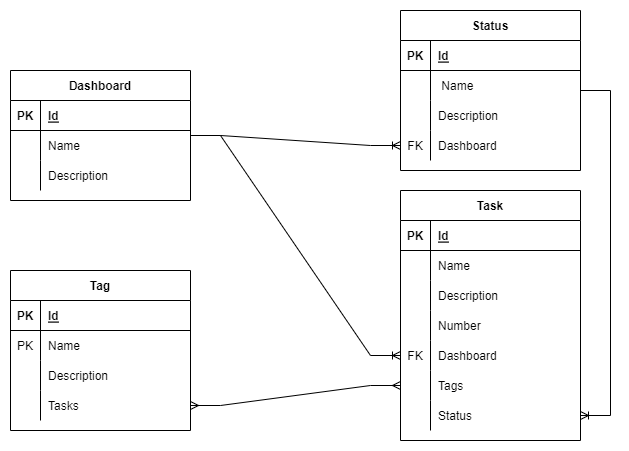
The draw.io diagram fatm.png in Awordes/Models, before a commit. Source tidied: cells renumbered, new cells last; positions are measured from the earlier drawing's top-left corner, leaving out a move shared by most shapes.
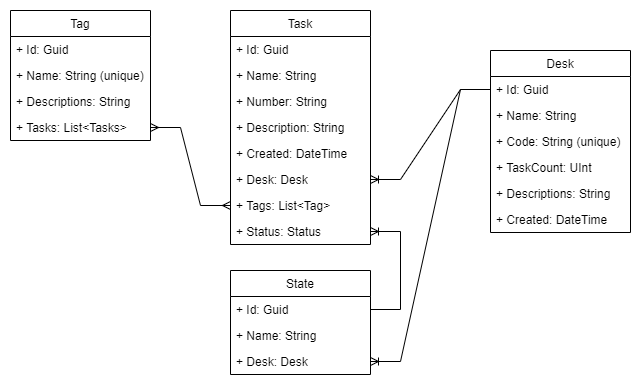
Above is the later version.

Commit message:
Update FATM model

Change to the diagram source:
```diff
@@ -2,191 +2,92 @@
   <root>
     <mxCell id="0" />
     <mxCell id="1" parent="0" />
-    <mxCell id="2" value="Dashboard" style="shape=table;startSize=30;rowLines=0;fontStyle=1;align=center;" parent="1" vertex="1">
-      <mxGeometry y="60" width="180" height="130" as="geometry" />
-    </mxCell>
-    <mxCell id="3" style="shape=tableRow;horizontal=0;startSize=0;swimlaneHead=0;swimlaneBody=0;fillColor=none;top=0;left=0;right=0;bottom=1;" parent="2" vertex="1">
-      <mxGeometry y="30" width="180" height="30" as="geometry" />
-    </mxCell>
-    <mxCell id="4" value="PK" style="shape=partialRectangle;fillColor=none;top=0;left=0;bottom=0;right=0;fontStyle=1;overflow=hidden;" parent="3" vertex="1">
-      <mxGeometry width="30" height="30" as="geometry" />
-    </mxCell>
-    <mxCell id="5" value="Id" style="shape=partialRectangle;fillColor=none;top=0;left=0;bottom=0;right=0;align=left;spacingLeft=6;fontStyle=5;overflow=hidden;" parent="3" vertex="1">
-      <mxGeometry x="30" width="150" height="30" as="geometry" />
-    </mxCell>
-    <mxCell id="6" style="shape=tableRow;horizontal=0;startSize=0;swimlaneHead=0;swimlaneBody=0;fillColor=none;top=0;left=0;right=0;bottom=0;" parent="2" vertex="1">
-      <mxGeometry y="60" width="180" height="30" as="geometry" />
-    </mxCell>
-    <mxCell id="7" style="shape=partialRectangle;fillColor=none;top=0;left=0;bottom=0;right=0;overflow=hidden;" parent="6" vertex="1">
-      <mxGeometry width="30" height="30" as="geometry" />
-    </mxCell>
-    <mxCell id="8" value="Name" style="shape=partialRectangle;fillColor=none;top=0;left=0;bottom=0;right=0;align=left;spacingLeft=6;overflow=hidden;" parent="6" vertex="1">
-      <mxGeometry x="30" width="150" height="30" as="geometry" />
-    </mxCell>
-    <mxCell id="9" style="shape=tableRow;horizontal=0;startSize=0;swimlaneHead=0;swimlaneBody=0;fillColor=none;top=0;left=0;right=0;bottom=0;" parent="2" vertex="1">
-      <mxGeometry y="90" width="180" height="30" as="geometry" />
-    </mxCell>
-    <mxCell id="10" style="shape=partialRectangle;fillColor=none;top=0;left=0;bottom=0;right=0;overflow=hidden;" parent="9" vertex="1">
-      <mxGeometry width="30" height="30" as="geometry" />
-    </mxCell>
-    <mxCell id="11" value="Description" style="shape=partialRectangle;fillColor=none;top=0;left=0;bottom=0;right=0;align=left;spacingLeft=6;overflow=hidden;" parent="9" vertex="1">
-      <mxGeometry x="30" width="150" height="30" as="geometry" />
-    </mxCell>
+    <mxCell id="64" value="Desk" style="swimlane;fontStyle=0;horizontal=1;startSize=26;fillColor=none;" parent="1" vertex="1">
+      <mxGeometry x="440" y="30" width="140" height="182" as="geometry" />
+    </mxCell>
+    <mxCell id="65" value="+ Id: Guid" style="text;strokeColor=none;fillColor=none;align=left;verticalAlign=top;spacingLeft=4;spacingRight=4;overflow=hidden;points=[[0,0.5],[1,0.5]];portConstraint=eastwest;" parent="64" vertex="1">
+      <mxGeometry y="26" width="140" height="26" as="geometry" />
+    </mxCell>
+    <mxCell id="66" value="+ Name: String" style="text;strokeColor=none;fillColor=none;align=left;verticalAlign=top;spacingLeft=4;spacingRight=4;overflow=hidden;" parent="64" vertex="1">
+      <mxGeometry y="52" width="140" height="26" as="geometry" />
+    </mxCell>
+    <mxCell id="67" value="+ Code: String (unique)" style="text;strokeColor=none;fillColor=none;align=left;verticalAlign=top;spacingLeft=4;spacingRight=4;overflow=hidden;" parent="64" vertex="1">
+      <mxGeometry y="78" width="140" height="26" as="geometry" />
+    </mxCell>
+    <mxCell id="68" value="+ TaskCount: UInt" style="text;strokeColor=none;fillColor=none;align=left;verticalAlign=top;spacingLeft=4;spacingRight=4;overflow=hidden;" parent="64" vertex="1">
+      <mxGeometry y="104" width="140" height="26" as="geometry" />
+    </mxCell>
+    <mxCell id="69" value="+ Descriptions: String" style="text;strokeColor=none;fillColor=none;align=left;verticalAlign=top;spacingLeft=4;spacingRight=4;overflow=hidden;" parent="64" vertex="1">
+      <mxGeometry y="130" width="140" height="26" as="geometry" />
+    </mxCell>
+    <mxCell id="70" value="+ Created: DateTime" style="text;strokeColor=none;fillColor=none;align=left;verticalAlign=top;spacingLeft=4;spacingRight=4;overflow=hidden;" parent="64" vertex="1">
+      <mxGeometry y="156" width="140" height="26" as="geometry" />
+    </mxCell>
-    <mxCell id="12" value="Task" style="shape=table;startSize=30;rowLines=0;fontStyle=1;align=center;" parent="1" vertex="1">
-      <mxGeometry x="390" y="180" width="180" height="250" as="geometry" />
+    <mxCell id="12" value="Task" style="swimlane;fontStyle=0;horizontal=1;startSize=26;fillColor=none;" parent="1" vertex="1">
+      <mxGeometry x="180" y="-10" width="140" height="234" as="geometry" />
     </mxCell>
-    <mxCell id="13" style="shape=tableRow;horizontal=0;startSize=0;swimlaneHead=0;swimlaneBody=0;fillColor=none;top=0;left=0;right=0;bottom=1;" parent="12" vertex="1">
-      <mxGeometry y="30" width="180" height="30" as="geometry" />
-    </mxCell>
-    <mxCell id="14" value="PK" style="shape=partialRectangle;fillColor=none;top=0;left=0;bottom=0;right=0;fontStyle=1;overflow=hidden;" parent="13" vertex="1">
-      <mxGeometry width="30" height="30" as="geometry" />
-    </mxCell>
-    <mxCell id="15" value="Id" style="shape=partialRectangle;fillColor=none;top=0;left=0;bottom=0;right=0;align=left;spacingLeft=6;fontStyle=5;overflow=hidden;" parent="13" vertex="1">
-      <mxGeometry x="30" width="150" height="30" as="geometry" />
-    </mxCell>
-    <mxCell id="16" style="shape=tableRow;horizontal=0;startSize=0;swimlaneHead=0;swimlaneBody=0;fillColor=none;top=0;left=0;right=0;bottom=0;" parent="12" vertex="1">
-      <mxGeometry y="60" width="180" height="30" as="geometry" />
-    </mxCell>
-    <mxCell id="17" style="shape=partialRectangle;fillColor=none;top=0;left=0;bottom=0;right=0;overflow=hidden;" parent="16" vertex="1">
-      <mxGeometry width="30" height="30" as="geometry" />
-    </mxCell>
-    <mxCell id="18" value="Name" style="shape=partialRectangle;fillColor=none;top=0;left=0;bottom=0;right=0;align=left;spacingLeft=6;overflow=hidden;" parent="16" vertex="1">
-      <mxGeometry x="30" width="150" height="30" as="geometry" />
-    </mxCell>
-    <mxCell id="19" style="shape=tableRow;horizontal=0;startSize=0;swimlaneHead=0;swimlaneBody=0;fillColor=none;top=0;left=0;right=0;bottom=0;" parent="12" vertex="1">
-      <mxGeometry y="90" width="180" height="30" as="geometry" />
-    </mxCell>
-    <mxCell id="20" style="shape=partialRectangle;fillColor=none;top=0;left=0;bottom=0;right=0;overflow=hidden;" parent="19" vertex="1">
-      <mxGeometry width="30" height="30" as="geometry" />
-    </mxCell>
-    <mxCell id="21" value="Description" style="shape=partialRectangle;fillColor=none;top=0;left=0;bottom=0;right=0;align=left;spacingLeft=6;overflow=hidden;" parent="19" vertex="1">
-      <mxGeometry x="30" width="150" height="30" as="geometry" />
-    </mxCell>
-    <mxCell id="22" style="shape=tableRow;horizontal=0;startSize=0;swimlaneHead=0;swimlaneBody=0;fillColor=none;top=0;left=0;right=0;bottom=0;" parent="12" vertex="1">
-      <mxGeometry y="120" width="180" height="30" as="geometry" />
-    </mxCell>
-    <mxCell id="23" style="shape=partialRectangle;fillColor=none;top=0;left=0;bottom=0;right=0;overflow=hidden;" parent="22" vertex="1">
-      <mxGeometry width="30" height="30" as="geometry" />
-    </mxCell>
-    <mxCell id="24" value="Number" style="shape=partialRectangle;fillColor=none;top=0;left=0;bottom=0;right=0;align=left;spacingLeft=6;overflow=hidden;" parent="22" vertex="1">
-      <mxGeometry x="30" width="150" height="30" as="geometry" />
-    </mxCell>
-    <mxCell id="25" style="shape=tableRow;horizontal=0;startSize=0;swimlaneHead=0;swimlaneBody=0;fillColor=none;points=[[0,0.5],[1,0.5]];portConstraint=eastwest;top=0;left=0;right=0;bottom=0;" parent="12" vertex="1">
-      <mxGeometry y="150" width="180" height="30" as="geometry" />
-    </mxCell>
-    <mxCell id="26" value="FK" style="shape=partialRectangle;fillColor=none;top=0;left=0;bottom=0;right=0;overflow=hidden;" parent="25" vertex="1">
-      <mxGeometry width="30" height="30" as="geometry" />
-    </mxCell>
-    <mxCell id="27" value="Dashboard" style="shape=partialRectangle;fillColor=none;top=0;left=0;bottom=0;right=0;align=left;spacingLeft=6;overflow=hidden;" parent="25" vertex="1">
-      <mxGeometry x="30" width="150" height="30" as="geometry" />
-    </mxCell>
-    <mxCell id="28" style="shape=tableRow;horizontal=0;startSize=0;swimlaneHead=0;swimlaneBody=0;fillColor=none;points=[[0,0.5],[1,0.5]];portConstraint=eastwest;top=0;left=0;right=0;bottom=0;" parent="12" vertex="1">
-      <mxGeometry y="180" width="180" height="30" as="geometry" />
-    </mxCell>
-    <mxCell id="29" style="shape=partialRectangle;fillColor=none;top=0;left=0;bottom=0;right=0;overflow=hidden;" parent="28" vertex="1">
-      <mxGeometry width="30" height="30" as="geometry" />
-    </mxCell>
-    <mxCell id="30" value="Tags" style="shape=partialRectangle;fillColor=none;top=0;left=0;bottom=0;right=0;align=left;spacingLeft=6;overflow=hidden;" parent="28" vertex="1">
-      <mxGeometry x="30" width="150" height="30" as="geometry" />
-    </mxCell>
-    <mxCell id="31" style="shape=tableRow;horizontal=0;startSize=0;swimlaneHead=0;swimlaneBody=0;fillColor=none;points=[[0,0.5],[1,0.5]];portConstraint=eastwest;top=0;left=0;right=0;bottom=0;" parent="12" vertex="1">
-      <mxGeometry y="210" width="180" height="30" as="geometry" />
-    </mxCell>
-    <mxCell id="32" style="shape=partialRectangle;fillColor=none;top=0;left=0;bottom=0;right=0;overflow=hidden;" parent="31" vertex="1">
-      <mxGeometry width="30" height="30" as="geometry" />
-    </mxCell>
-    <mxCell id="33" value="Status" style="shape=partialRectangle;fillColor=none;top=0;left=0;bottom=0;right=0;align=left;spacingLeft=6;overflow=hidden;" parent="31" vertex="1">
-      <mxGeometry x="30" width="150" height="30" as="geometry" />
-    </mxCell>
-    <mxCell id="34" style="edgeStyle=entityRelationEdgeStyle;fontSize=12;html=1;endArrow=ERoneToMany;rounded=0;" parent="1" edge="1" source="2" target="25">
-      <mxGeometry relative="1" as="geometry" />
-    </mxCell>
+    <mxCell id="71" value="+ Id: Guid" style="text;strokeColor=none;fillColor=none;align=left;verticalAlign=top;spacingLeft=4;spacingRight=4;overflow=hidden;" parent="12" vertex="1">
+      <mxGeometry y="26" width="140" height="26" as="geometry" />
+    </mxCell>
+    <mxCell id="72" value="+ Name: String" style="text;strokeColor=none;fillColor=none;align=left;verticalAlign=top;spacingLeft=4;spacingRight=4;overflow=hidden;" parent="12" vertex="1">
+      <mxGeometry y="52" width="140" height="26" as="geometry" />
+    </mxCell>
+    <mxCell id="73" value="+ Number: String" style="text;strokeColor=none;fillColor=none;align=left;verticalAlign=top;spacingLeft=4;spacingRight=4;overflow=hidden;" parent="12" vertex="1">
+      <mxGeometry y="78" width="140" height="26" as="geometry" />
+    </mxCell>
+    <mxCell id="74" value="+ Description: String" style="text;strokeColor=none;fillColor=none;align=left;verticalAlign=top;spacingLeft=4;spacingRight=4;overflow=hidden;" parent="12" vertex="1">
+      <mxGeometry y="104" width="140" height="26" as="geometry" />
+    </mxCell>
+    <mxCell id="75" value="+ Created: DateTime" style="text;strokeColor=none;fillColor=none;align=left;verticalAlign=top;spacingLeft=4;spacingRight=4;overflow=hidden;" parent="12" vertex="1">
+      <mxGeometry y="130" width="140" height="26" as="geometry" />
+    </mxCell>
+    <mxCell id="76" value="+ Desk: Desk" style="text;strokeColor=none;fillColor=none;align=left;verticalAlign=top;spacingLeft=4;spacingRight=4;overflow=hidden;points=[[0,0.5],[1,0.5]];portConstraint=eastwest;" parent="12" vertex="1">
+      <mxGeometry y="156" width="140" height="26" as="geometry" />
+    </mxCell>
+    <mxCell id="77" value="+ Tags: List&lt;Tag&gt;" style="text;strokeColor=none;fillColor=none;align=left;verticalAlign=top;spacingLeft=4;spacingRight=4;overflow=hidden;points=[[0,0.5],[1,0.5]];portConstraint=eastwest;" parent="12" vertex="1">
+      <mxGeometry y="182" width="140" height="26" as="geometry" />
+    </mxCell>
+    <mxCell id="78" value="+ Status: Status" style="text;strokeColor=none;fillColor=none;align=left;verticalAlign=top;spacingLeft=4;spacingRight=4;overflow=hidden;points=[[0,0.5],[1,0.5]];portConstraint=eastwest;" parent="12" vertex="1">
+      <mxGeometry y="208" width="140" height="26" as="geometry" />
+    </mxCell>
+    <mxCell id="79" value="State" style="swimlane;fontStyle=0;horizontal=1;startSize=26;fillColor=none;" parent="1" vertex="1">
+      <mxGeometry x="180" y="250" width="140" height="104" as="geometry" />
+    </mxCell>
+    <mxCell id="80" value="+ Id: Guid" style="text;strokeColor=none;fillColor=none;align=left;verticalAlign=top;spacingLeft=4;spacingRight=4;overflow=hidden;points=[[0,0.5],[1,0.5]];portConstraint=eastwest;" parent="79" vertex="1">
+      <mxGeometry y="26" width="140" height="26" as="geometry" />
+    </mxCell>
+    <mxCell id="81" value="+ Name: String" style="text;strokeColor=none;fillColor=none;align=left;verticalAlign=top;spacingLeft=4;spacingRight=4;overflow=hidden;" parent="79" vertex="1">
+      <mxGeometry y="52" width="140" height="26" as="geometry" />
+    </mxCell>
+    <mxCell id="82" value="+ Desk: Desk" style="text;strokeColor=none;fillColor=none;align=left;verticalAlign=top;spacingLeft=4;spacingRight=4;overflow=hidden;points=[[0,0.5],[1,0.5]];portConstraint=eastwest;" parent="79" vertex="1">
+      <mxGeometry y="78" width="140" height="26" as="geometry" />
+    </mxCell>
-    <mxCell id="35" value="Tag" style="shape=table;startSize=30;rowLines=0;fontStyle=1;align=center;" parent="1" vertex="1">
-      <mxGeometry y="260" width="180" height="160" as="geometry" />
+    <mxCell id="35" value="Tag" style="swimlane;fontStyle=0;horizontal=1;startSize=26;fillColor=none;" parent="1" vertex="1">
+      <mxGeometry x="-40" y="-10" width="140" height="130" as="geometry" />
     </mxCell>
-    <mxCell id="36" style="shape=tableRow;horizontal=0;startSize=0;swimlaneHead=0;swimlaneBody=0;fillColor=none;top=0;left=0;right=0;bottom=1;" parent="35" vertex="1">
-      <mxGeometry y="30" width="180" height="30" as="geometry" />
-    </mxCell>
-    <mxCell id="37" value="PK" style="shape=partialRectangle;fillColor=none;top=0;left=0;bottom=0;right=0;fontStyle=1;overflow=hidden;" parent="36" vertex="1">
-      <mxGeometry width="30" height="30" as="geometry" />
-    </mxCell>
-    <mxCell id="38" value="Id" style="shape=partialRectangle;fillColor=none;top=0;left=0;bottom=0;right=0;align=left;spacingLeft=6;fontStyle=5;overflow=hidden;" parent="36" vertex="1">
-      <mxGeometry x="30" width="150" height="30" as="geometry" />
-    </mxCell>
-    <mxCell id="39" style="shape=tableRow;horizontal=0;startSize=0;swimlaneHead=0;swimlaneBody=0;fillColor=none;top=0;left=0;right=0;bottom=0;" parent="35" vertex="1">
-      <mxGeometry y="60" width="180" height="30" as="geometry" />
-    </mxCell>
-    <mxCell id="40" value="PK" style="shape=partialRectangle;fillColor=none;top=0;left=0;bottom=0;right=0;overflow=hidden;" parent="39" vertex="1">
-      <mxGeometry width="30" height="30" as="geometry" />
-    </mxCell>
-    <mxCell id="41" value="Name" style="shape=partialRectangle;fillColor=none;top=0;left=0;bottom=0;right=0;align=left;spacingLeft=6;overflow=hidden;" parent="39" vertex="1">
-      <mxGeometry x="30" width="150" height="30" as="geometry" />
-    </mxCell>
-    <mxCell id="42" style="shape=tableRow;horizontal=0;startSize=0;swimlaneHead=0;swimlaneBody=0;fillColor=none;top=0;left=0;right=0;bottom=0;" parent="35" vertex="1">
-      <mxGeometry y="90" width="180" height="30" as="geometry" />
-    </mxCell>
-    <mxCell id="43" style="shape=partialRectangle;fillColor=none;top=0;left=0;bottom=0;right=0;overflow=hidden;" parent="42" vertex="1">
-      <mxGeometry width="30" height="30" as="geometry" />
-    </mxCell>
-    <mxCell id="44" value="Description" style="shape=partialRectangle;fillColor=none;top=0;left=0;bottom=0;right=0;align=left;spacingLeft=6;overflow=hidden;" parent="42" vertex="1">
-      <mxGeometry x="30" width="150" height="30" as="geometry" />
-    </mxCell>
-    <mxCell id="45" style="shape=tableRow;horizontal=0;startSize=0;swimlaneHead=0;swimlaneBody=0;fillColor=none;points=[[0,0.5],[1,0.5]];portConstraint=eastwest;top=0;left=0;right=0;bottom=0;" parent="35" vertex="1">
-      <mxGeometry y="120" width="180" height="30" as="geometry" />
-    </mxCell>
-    <mxCell id="46" style="shape=partialRectangle;fillColor=none;top=0;left=0;bottom=0;right=0;overflow=hidden;" parent="45" vertex="1">
-      <mxGeometry width="30" height="30" as="geometry" />
-    </mxCell>
-    <mxCell id="47" value="Tasks" style="shape=partialRectangle;fillColor=none;top=0;left=0;bottom=0;right=0;align=left;spacingLeft=6;overflow=hidden;" parent="45" vertex="1">
-      <mxGeometry x="30" width="150" height="30" as="geometry" />
-    </mxCell>
-    <mxCell id="48" style="edgeStyle=entityRelationEdgeStyle;fontSize=12;html=1;endArrow=ERmany;startArrow=ERmany;rounded=0;" parent="1" edge="1" source="28" target="45">
-      <mxGeometry relative="1" as="geometry" />
-    </mxCell>
-    <mxCell id="49" value="Status" style="shape=table;startSize=30;rowLines=0;fontStyle=1;align=center;" parent="1" vertex="1">
-      <mxGeometry x="390" width="180" height="160" as="geometry" />
-    </mxCell>
-    <mxCell id="50" style="shape=tableRow;horizontal=0;startSize=0;swimlaneHead=0;swimlaneBody=0;fillColor=none;top=0;left=0;right=0;bottom=1;" parent="49" vertex="1">
-      <mxGeometry y="30" width="180" height="30" as="geometry" />
-    </mxCell>
-    <mxCell id="51" value="PK" style="shape=partialRectangle;fillColor=none;top=0;left=0;bottom=0;right=0;fontStyle=1;overflow=hidden;" parent="50" vertex="1">
-      <mxGeometry width="30" height="30" as="geometry" />
-    </mxCell>
-    <mxCell id="52" value="Id" style="shape=partialRectangle;fillColor=none;top=0;left=0;bottom=0;right=0;align=left;spacingLeft=6;fontStyle=5;overflow=hidden;" parent="50" vertex="1">
-      <mxGeometry x="30" width="150" height="30" as="geometry" />
-    </mxCell>
-    <mxCell id="53" style="shape=tableRow;horizontal=0;startSize=0;swimlaneHead=0;swimlaneBody=0;fillColor=none;top=0;left=0;right=0;bottom=0;" parent="49" vertex="1">
-      <mxGeometry y="60" width="180" height="30" as="geometry" />
-    </mxCell>
-    <mxCell id="54" style="shape=partialRectangle;fillColor=none;top=0;left=0;bottom=0;right=0;overflow=hidden;" parent="53" vertex="1">
-      <mxGeometry width="30" height="30" as="geometry" />
-    </mxCell>
-    <mxCell id="55" value=" Name" style="shape=partialRectangle;fillColor=none;top=0;left=0;bottom=0;right=0;align=left;spacingLeft=6;overflow=hidden;" parent="53" vertex="1">
-      <mxGeometry x="30" width="150" height="30" as="geometry" />
-    </mxCell>
-    <mxCell id="56" style="shape=tableRow;horizontal=0;startSize=0;swimlaneHead=0;swimlaneBody=0;fillColor=none;top=0;left=0;right=0;bottom=0;" parent="49" vertex="1">
-      <mxGeometry y="90" width="180" height="30" as="geometry" />
-    </mxCell>
-    <mxCell id="57" style="shape=partialRectangle;fillColor=none;top=0;left=0;bottom=0;right=0;overflow=hidden;" parent="56" vertex="1">
-      <mxGeometry width="30" height="30" as="geometry" />
-    </mxCell>
-    <mxCell id="58" value="Description" style="shape=partialRectangle;fillColor=none;top=0;left=0;bottom=0;right=0;align=left;spacingLeft=6;overflow=hidden;" parent="56" vertex="1">
-      <mxGeometry x="30" width="150" height="30" as="geometry" />
-    </mxCell>
-    <mxCell id="59" style="shape=tableRow;horizontal=0;startSize=0;swimlaneHead=0;swimlaneBody=0;fillColor=none;points=[[0,0.5],[1,0.5]];portConstraint=eastwest;top=0;left=0;right=0;bottom=0;" parent="49" vertex="1">
-      <mxGeometry y="120" width="180" height="30" as="geometry" />
-    </mxCell>
-    <mxCell id="60" value="FK" style="shape=partialRectangle;fillColor=none;top=0;left=0;bottom=0;right=0;overflow=hidden;" parent="59" vertex="1">
-      <mxGeometry width="30" height="30" as="geometry" />
-    </mxCell>
-    <mxCell id="61" value="Dashboard" style="shape=partialRectangle;fillColor=none;top=0;left=0;bottom=0;right=0;align=left;spacingLeft=6;overflow=hidden;" parent="59" vertex="1">
-      <mxGeometry x="30" width="150" height="30" as="geometry" />
-    </mxCell>
-    <mxCell id="62" style="edgeStyle=entityRelationEdgeStyle;fontSize=12;html=1;endArrow=ERoneToMany;rounded=0;" parent="1" edge="1" source="49" target="31">
-      <mxGeometry relative="1" as="geometry" />
-    </mxCell>
-    <mxCell id="63" style="edgeStyle=entityRelationEdgeStyle;fontSize=12;html=1;endArrow=ERoneToMany;rounded=0;" parent="1" edge="1" source="2" target="59">
-      <mxGeometry relative="1" as="geometry" />
-    </mxCell>
+    <mxCell id="83" value="+ Id: Guid" style="text;strokeColor=none;fillColor=none;align=left;verticalAlign=top;spacingLeft=4;spacingRight=4;overflow=hidden;" parent="35" vertex="1">
+      <mxGeometry y="26" width="140" height="26" as="geometry" />
+    </mxCell>
+    <mxCell id="84" value="+ Name: String (unique)" style="text;strokeColor=none;fillColor=none;align=left;verticalAlign=top;spacingLeft=4;spacingRight=4;overflow=hidden;" parent="35" vertex="1">
+      <mxGeometry y="52" width="140" height="26" as="geometry" />
+    </mxCell>
+    <mxCell id="85" value="+ Descriptions: String" style="text;strokeColor=none;fillColor=none;align=left;verticalAlign=top;spacingLeft=4;spacingRight=4;overflow=hidden;" parent="35" vertex="1">
+      <mxGeometry y="78" width="140" height="26" as="geometry" />
+    </mxCell>
+    <mxCell id="86" value="+ Tasks: List&lt;Tasks&gt;" style="text;strokeColor=none;fillColor=none;align=left;verticalAlign=top;spacingLeft=4;spacingRight=4;overflow=hidden;points=[[0,0.5],[1,0.5]];portConstraint=eastwest;" parent="35" vertex="1">
+      <mxGeometry y="104" width="140" height="26" as="geometry" />
+    </mxCell>
+    <mxCell id="87" style="edgeStyle=entityRelationEdgeStyle;fontSize=12;html=1;endArrow=ERoneToMany;rounded=0;" parent="1" edge="1" source="65" target="76">
+      <mxGeometry relative="1" as="geometry" />
+    </mxCell>
+    <mxCell id="88" style="edgeStyle=entityRelationEdgeStyle;fontSize=12;html=1;endArrow=ERmany;startArrow=ERmany;rounded=0;" parent="1" edge="1" source="77" target="86">
+      <mxGeometry relative="1" as="geometry" />
+    </mxCell>
+    <mxCell id="89" style="edgeStyle=entityRelationEdgeStyle;fontSize=12;html=1;endArrow=ERoneToMany;rounded=0;" parent="1" edge="1" source="80" target="78">
+      <mxGeometry relative="1" as="geometry" />
+    </mxCell>
+    <mxCell id="90" style="edgeStyle=entityRelationEdgeStyle;fontSize=12;html=1;endArrow=ERoneToMany;rounded=0;" parent="1" edge="1" source="65" target="82">
+      <mxGeometry relative="1" as="geometry" />
+    </mxCell>
   </root>
 </mxGraphModel>
```
